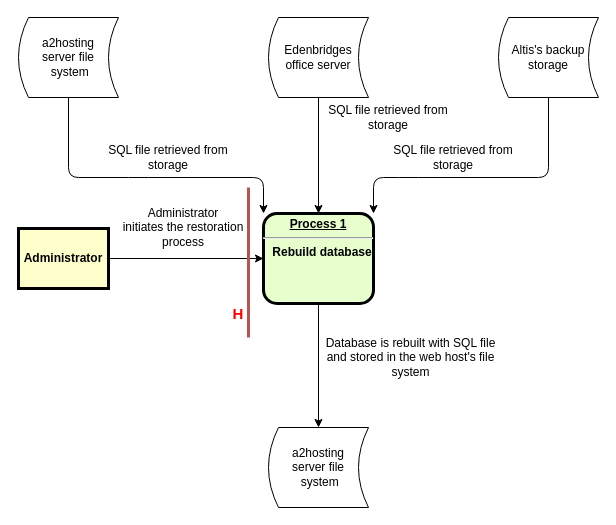
Before: Diagrams/DFD/recovery.drawio in Harlento/SchedulingSystem, a draw.io diagram. Source tidied: cells renumbered, new cells numbered last; positions are measured from the earlier drawing's top-left corner, leaving out a move shared by most shapes. Both pictures are drawn from the tidied source at 100%, with x=0, y=0 at pixel (18, 17).
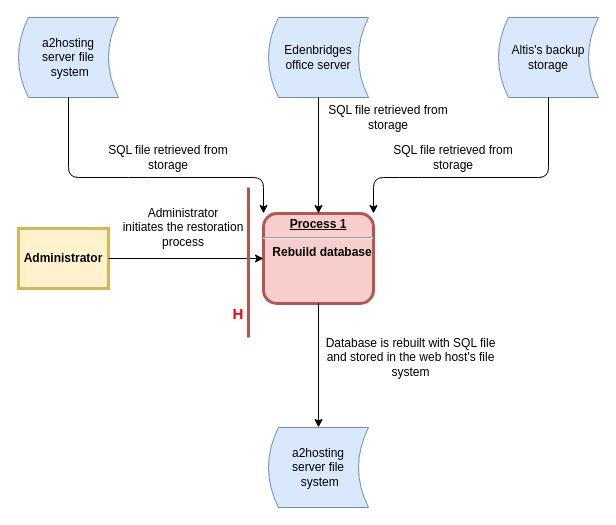
The same diagram, later.

Change to the diagram source:
```diff
@@
-    <mxCell id="2" value="&lt;p style=&quot;margin: 0px ; margin-top: 4px ; text-align: center ; text-decoration: underline&quot;&gt;&lt;strong&gt;Process 1&lt;br&gt;&lt;/strong&gt;&lt;/p&gt;&lt;hr&gt;&lt;p style=&quot;margin: 0px ; margin-left: 8px&quot;&gt;Rebuild database&lt;/p&gt;" style="verticalAlign=middle;align=center;overflow=fill;fontSize=12;fontFamily=Helvetica;html=1;rounded=1;fontStyle=1;strokeWidth=3;fillColor=#E6FFCC;" parent="1" vertex="1">
+    <mxCell id="2" value="&lt;p style=&quot;margin: 0px ; margin-top: 4px ; text-align: center ; text-decoration: underline&quot;&gt;&lt;strong&gt;Process 1&lt;br&gt;&lt;/strong&gt;&lt;/p&gt;&lt;hr&gt;&lt;p style=&quot;margin: 0px ; margin-left: 8px&quot;&gt;Rebuild database&lt;/p&gt;" style="verticalAlign=middle;align=center;overflow=fill;fontSize=12;fontFamily=Helvetica;html=1;rounded=1;fontStyle=1;strokeWidth=3;fillColor=#f8cecc;strokeColor=#b85450;" parent="1" vertex="1">
       <mxGeometry x="245" y="196" width="110" height="90" as="geometry" />
     </mxCell>
-    <mxCell id="3" value="Administrator" style="whiteSpace=wrap;align=center;verticalAlign=middle;fontStyle=1;strokeWidth=3;fillColor=#FFFFCC;" parent="1" vertex="1">
+    <mxCell id="3" value="Administrator" style="whiteSpace=wrap;align=center;verticalAlign=middle;fontStyle=1;strokeWidth=3;fillColor=#fff2cc;strokeColor=#d6b656;" parent="1" vertex="1">
       <mxGeometry y="211" width="90" height="60" as="geometry" />
     </mxCell>
-    <mxCell id="4" value="a2hosting &lt;br&gt;server file&lt;br&gt;&amp;nbsp;system&lt;br&gt;" style="shape=dataStorage;whiteSpace=wrap;html=1;" parent="1" vertex="1">
+    <mxCell id="4" value="a2hosting &lt;br&gt;server file&lt;br&gt;&amp;nbsp;system&lt;br&gt;" style="shape=dataStorage;whiteSpace=wrap;html=1;fillColor=#dae8fc;strokeColor=#6c8ebf;" parent="1" vertex="1">
       <mxGeometry width="100" height="80" as="geometry" />
     </mxCell>
@@
-    <mxCell id="6" value="Edenbridges&lt;br&gt;office server" style="shape=dataStorage;whiteSpace=wrap;html=1;" parent="1" vertex="1">
+    <mxCell id="6" value="Edenbridges&lt;br&gt;office server" style="shape=dataStorage;whiteSpace=wrap;html=1;fillColor=#dae8fc;strokeColor=#6c8ebf;" parent="1" vertex="1">
       <mxGeometry x="250" width="100" height="80" as="geometry" />
     </mxCell>
-    <mxCell id="7" value="Altis's backup&lt;br&gt;storage" style="shape=dataStorage;whiteSpace=wrap;html=1;" parent="1" vertex="1">
+    <mxCell id="7" value="Altis's backup&lt;br&gt;storage" style="shape=dataStorage;whiteSpace=wrap;html=1;fillColor=#dae8fc;strokeColor=#6c8ebf;" parent="1" vertex="1">
       <mxGeometry x="480" width="100" height="80" as="geometry" />
     </mxCell>
@@
-    <mxCell id="11" value="a2hosting &lt;br&gt;server file&lt;br&gt;&amp;nbsp;system&lt;br&gt;" style="shape=dataStorage;whiteSpace=wrap;html=1;" parent="1" vertex="1">
+    <mxCell id="11" value="a2hosting &lt;br&gt;server file&lt;br&gt;&amp;nbsp;system&lt;br&gt;" style="shape=dataStorage;whiteSpace=wrap;html=1;fillColor=#dae8fc;strokeColor=#6c8ebf;" parent="1" vertex="1">
       <mxGeometry x="250" y="410" width="100" height="80" as="geometry" />
     </mxCell>
```
